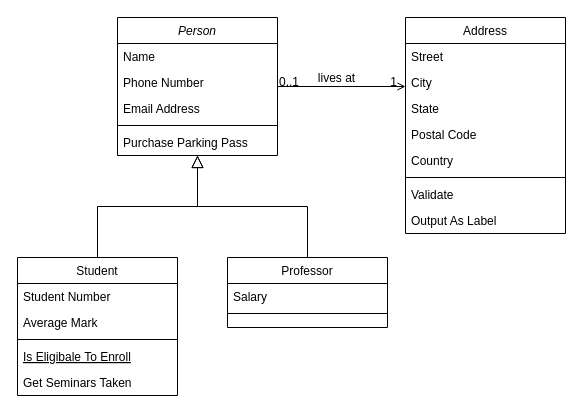
This is Untitled Diagram.drawio from delphi29527/articles, a draw.io file, before an edit. Source tidied: cells renumbered, new cells numbered last; positions are measured from the earlier drawing's top-left corner, leaving out a move shared by most shapes. Both pictures are drawn from the tidied source at 100%, with x=0, y=0 at pixel (17, 17).
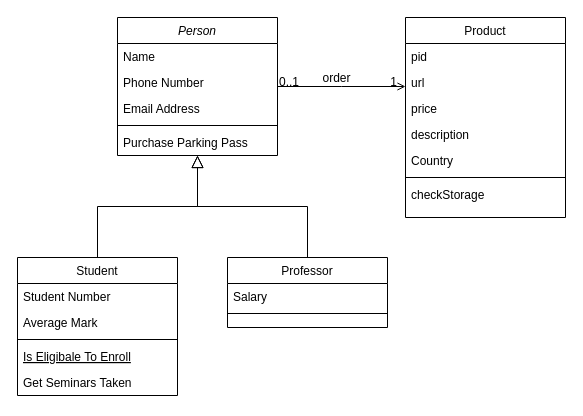
The same diagram, later.

The change refers to these unchanged cells:
```xml
<mxCell id="28" style="endArrow=open;shadow=0;strokeWidth=1;rounded=0;endFill=1;edgeStyle=elbowEdgeStyle;elbow=vertical;" parent="1" edge="1" source="2" target="19">
  <mxGeometry x="0.5" y="41" relative="1" as="geometry">
    <mxPoint x="-40" y="32" as="offset" />
  </mxGeometry>
</mxCell>
```

Change to the diagram source:
```diff
@@
-    <mxCell id="19" value="Address" style="swimlane;fontStyle=0;align=center;verticalAlign=top;horizontal=1;startSize=26;rounded=0;shadow=0;strokeWidth=1;" parent="1" vertex="1">
-      <mxGeometry x="388" width="160" height="216" as="geometry" />
+    <mxCell id="19" value="Product" style="swimlane;fontStyle=0;align=center;verticalAlign=top;horizontal=1;startSize=26;rounded=0;shadow=0;strokeWidth=1;" parent="1" vertex="1">
+      <mxGeometry x="388" width="160" height="200" as="geometry" />
     </mxCell>
-    <mxCell id="20" value="Street" style="text;align=left;verticalAlign=top;spacingLeft=4;spacingRight=4;overflow=hidden;" parent="19" vertex="1">
+    <mxCell id="20" value="pid" style="text;align=left;verticalAlign=top;spacingLeft=4;spacingRight=4;overflow=hidden;" parent="19" vertex="1">
       <mxGeometry y="26" width="160" height="26" as="geometry" />
     </mxCell>
-    <mxCell id="21" value="City" style="text;align=left;verticalAlign=top;spacingLeft=4;spacingRight=4;overflow=hidden;rounded=0;shadow=0;html=0;" parent="19" vertex="1">
+    <mxCell id="21" value="url" style="text;align=left;verticalAlign=top;spacingLeft=4;spacingRight=4;overflow=hidden;rounded=0;shadow=0;html=0;" parent="19" vertex="1">
       <mxGeometry y="52" width="160" height="26" as="geometry" />
     </mxCell>
-    <mxCell id="22" value="State" style="text;align=left;verticalAlign=top;spacingLeft=4;spacingRight=4;overflow=hidden;rounded=0;shadow=0;html=0;" parent="19" vertex="1">
+    <mxCell id="22" value="price" style="text;align=left;verticalAlign=top;spacingLeft=4;spacingRight=4;overflow=hidden;rounded=0;shadow=0;html=0;" parent="19" vertex="1">
       <mxGeometry y="78" width="160" height="26" as="geometry" />
     </mxCell>
-    <mxCell id="23" value="Postal Code" style="text;align=left;verticalAlign=top;spacingLeft=4;spacingRight=4;overflow=hidden;rounded=0;shadow=0;html=0;" parent="19" vertex="1">
+    <mxCell id="23" value="description" style="text;align=left;verticalAlign=top;spacingLeft=4;spacingRight=4;overflow=hidden;rounded=0;shadow=0;html=0;" parent="19" vertex="1">
       <mxGeometry y="104" width="160" height="26" as="geometry" />
     </mxCell>
@@
-    <mxCell id="26" value="Validate" style="text;align=left;verticalAlign=top;spacingLeft=4;spacingRight=4;overflow=hidden;" parent="19" vertex="1">
+    <mxCell id="26" value="checkStorage" style="text;align=left;verticalAlign=top;spacingLeft=4;spacingRight=4;overflow=hidden;" parent="19" vertex="1">
       <mxGeometry y="164" width="160" height="26" as="geometry" />
     </mxCell>
-    <mxCell id="27" value="Output As Label" style="text;align=left;verticalAlign=top;spacingLeft=4;spacingRight=4;overflow=hidden;" parent="19" vertex="1">
-      <mxGeometry y="190" width="160" height="26" as="geometry" />
-    </mxCell>
@@
-    <mxCell id="31" value="lives at" style="text;html=1;align=center;verticalAlign=middle;labelBackgroundColor=none;rounded=0;shadow=0;strokeWidth=1;fontSize=12;" parent="28" vertex="1">
+    <mxCell id="31" value="order" style="text;html=1;align=center;verticalAlign=middle;labelBackgroundColor=none;rounded=0;shadow=0;strokeWidth=1;fontSize=12;" parent="28" vertex="1">
       <mxGeometry x="0.5" y="49" relative="1" as="geometry">
         <mxPoint x="-38" y="40" as="offset" />
       </mxGeometry>
     </mxCell>
```
